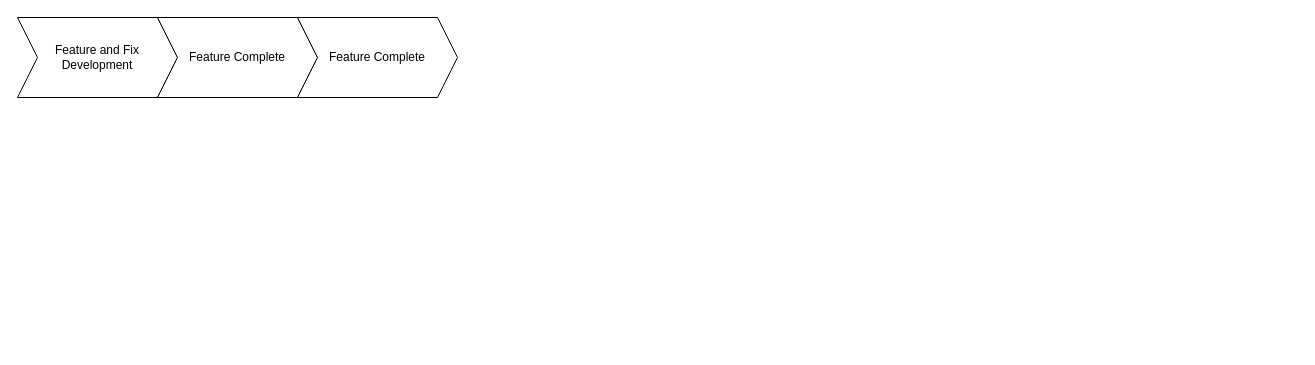
damon-dischler/drawio-diagrams keeps this draw.io diagram as Untitled Diagram.drawio. Above is the earlier version. Source tidied: cells renumbered, new cells numbered last; positions are measured from the earlier drawing's top-left corner, leaving out a move shared by most shapes. Both pictures are drawn from the tidied source at 100%, with x=0, y=0 at pixel (17, 17).
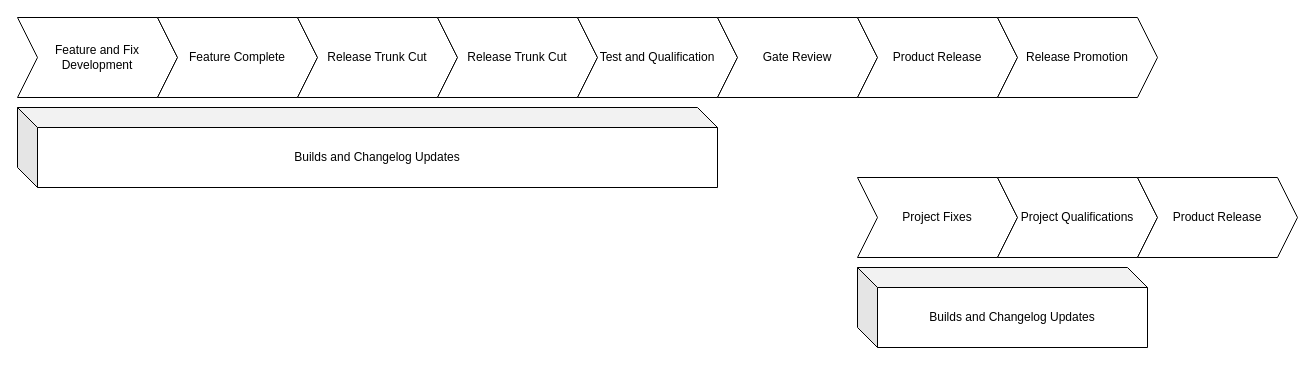
After the change.

Change to the diagram source:
```diff
@@
 <mxGraphModel>
   <root>
     <mxCell id="0" />
     <mxCell id="1" parent="0" />
     <mxCell id="2" value="Feature and Fix Development" style="shape=step;perimeter=stepPerimeter;whiteSpace=wrap;html=1;fixedSize=1;" parent="1" vertex="1">
       <mxGeometry width="160" height="80" as="geometry" />
     </mxCell>
     <mxCell id="3" value="Feature Complete" style="shape=step;perimeter=stepPerimeter;whiteSpace=wrap;html=1;fixedSize=1;" parent="1" vertex="1">
       <mxGeometry x="140" width="160" height="80" as="geometry" />
     </mxCell>
-    <mxCell id="4" value="Feature Complete" style="shape=step;perimeter=stepPerimeter;whiteSpace=wrap;html=1;fixedSize=1;" parent="1" vertex="1">
-      <mxGeometry x="280" width="160" height="80" as="geometry" />
-    </mxCell>
+    <mxCell id="5" value="Release Trunk Cut" style="shape=step;perimeter=stepPerimeter;whiteSpace=wrap;html=1;fixedSize=1;" parent="1" vertex="1">
+      <mxGeometry x="280" width="160" height="80" as="geometry" />
+    </mxCell>
+    <mxCell id="6" value="Release Trunk Cut" style="shape=step;perimeter=stepPerimeter;whiteSpace=wrap;html=1;fixedSize=1;" parent="1" vertex="1">
+      <mxGeometry x="420" width="160" height="80" as="geometry" />
+    </mxCell>
+    <mxCell id="7" value="Test and Qualification" style="shape=step;perimeter=stepPerimeter;whiteSpace=wrap;html=1;fixedSize=1;" parent="1" vertex="1">
+      <mxGeometry x="560" width="160" height="80" as="geometry" />
+    </mxCell>
+    <mxCell id="8" value="Gate Review" style="shape=step;perimeter=stepPerimeter;whiteSpace=wrap;html=1;fixedSize=1;" parent="1" vertex="1">
+      <mxGeometry x="700" width="160" height="80" as="geometry" />
+    </mxCell>
+    <mxCell id="9" value="Product Release" style="shape=step;perimeter=stepPerimeter;whiteSpace=wrap;html=1;fixedSize=1;" parent="1" vertex="1">
+      <mxGeometry x="840" width="160" height="80" as="geometry" />
+    </mxCell>
+    <mxCell id="10" value="Project Fixes" style="shape=step;perimeter=stepPerimeter;whiteSpace=wrap;html=1;fixedSize=1;" parent="1" vertex="1">
+      <mxGeometry x="840" y="160" width="160" height="80" as="geometry" />
+    </mxCell>
+    <mxCell id="11" value="Project Qualifications" style="shape=step;perimeter=stepPerimeter;whiteSpace=wrap;html=1;fixedSize=1;" parent="1" vertex="1">
+      <mxGeometry x="980" y="160" width="160" height="80" as="geometry" />
+    </mxCell>
+    <mxCell id="12" value="Product Release" style="shape=step;perimeter=stepPerimeter;whiteSpace=wrap;html=1;fixedSize=1;" parent="1" vertex="1">
+      <mxGeometry x="1120" y="160" width="160" height="80" as="geometry" />
+    </mxCell>
+    <mxCell id="13" value="Builds and Changelog Updates" style="shape=cube;whiteSpace=wrap;html=1;boundedLbl=1;backgroundOutline=1;darkOpacity=0.05;darkOpacity2=0.1;" parent="1" vertex="1">
+      <mxGeometry y="90" width="700" height="80" as="geometry" />
+    </mxCell>
+    <mxCell id="14" value="Builds and Changelog Updates" style="shape=cube;whiteSpace=wrap;html=1;boundedLbl=1;backgroundOutline=1;darkOpacity=0.05;darkOpacity2=0.1;" parent="1" vertex="1">
+      <mxGeometry x="840" y="250" width="290" height="80" as="geometry" />
+    </mxCell>
+    <mxCell id="15" value="Release Promotion" style="shape=step;perimeter=stepPerimeter;whiteSpace=wrap;html=1;fixedSize=1;" parent="1" vertex="1">
+      <mxGeometry x="980" width="160" height="80" as="geometry" />
+    </mxCell>
   </root>
 </mxGraphModel>
```
